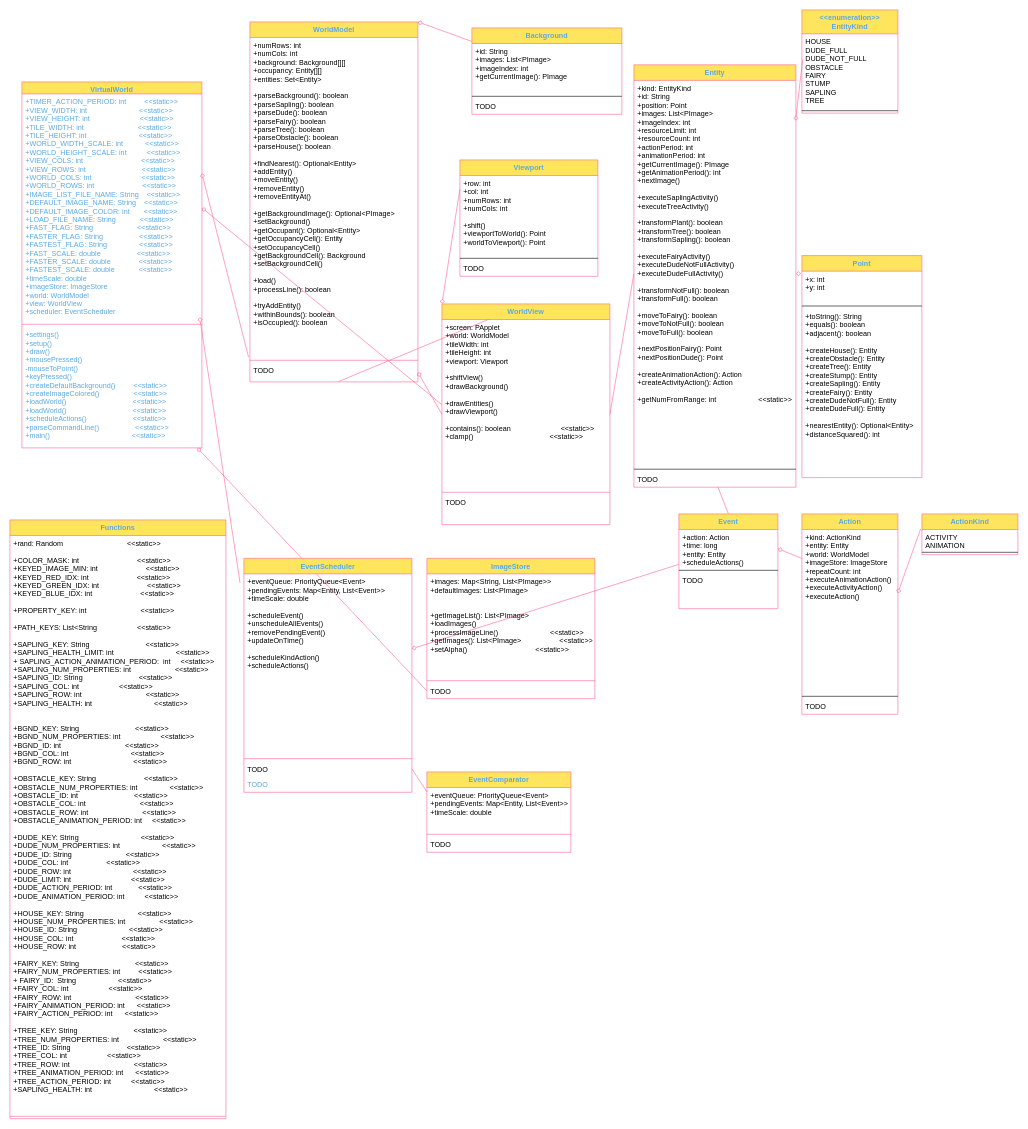
Above: Methods.drawio in IsaacFigNewton/CPE-203-Final-Project (draw.io), before the change. Source tidied: cells renumbered, new cells numbered last; positions are measured from the earlier drawing's top-left corner, leaving out a move shared by most shapes. Both pictures are drawn from the tidied source at 60%, with x=0, y=0 at pixel (10, 10).
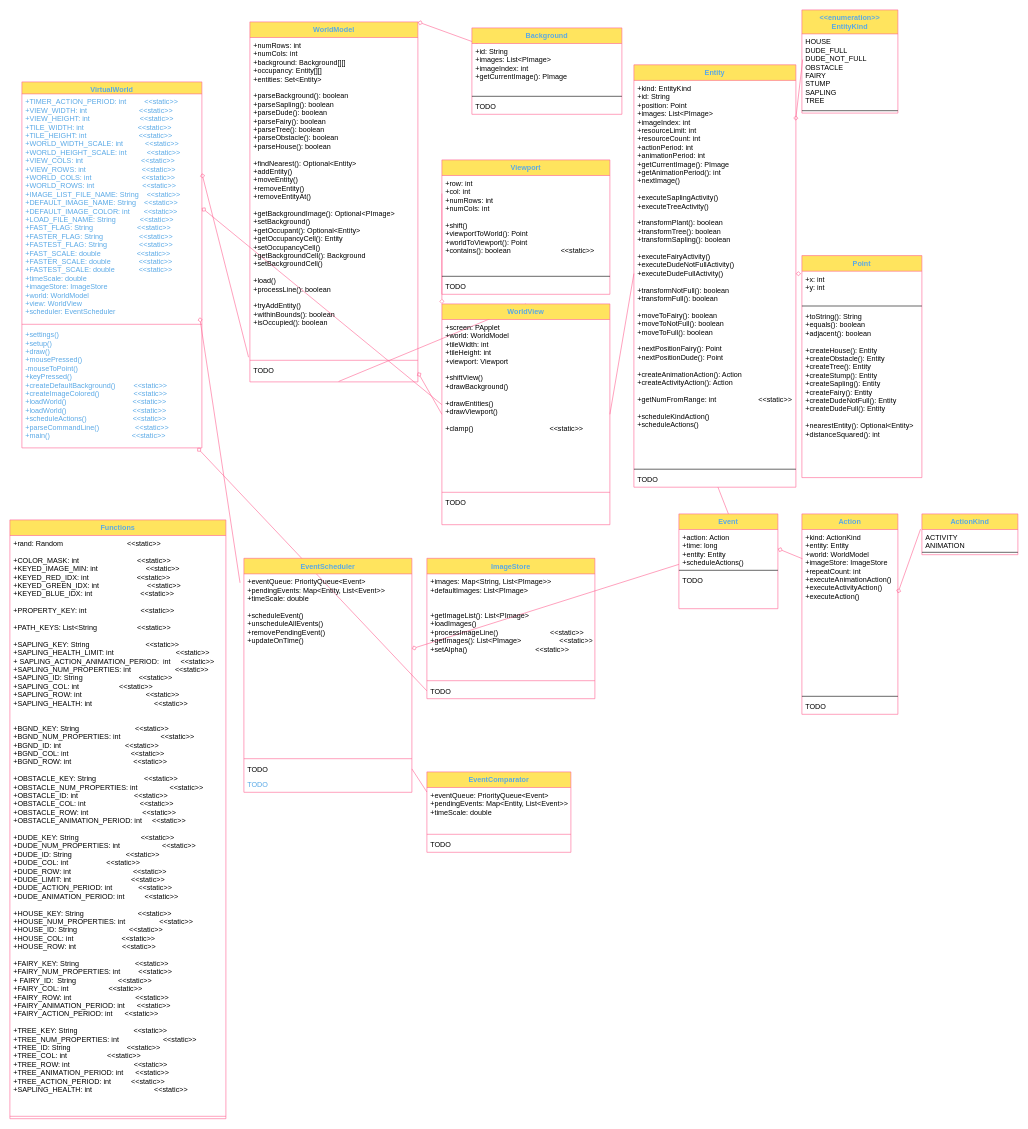
The same page after the edit.

Commit message (it also covers changes not shown here):
Moved scheduleAction(), scheduleKindAction(), and contains() methods to the correct classes

The change refers to these unchanged cells:
```xml
<mxCell id="25" value="EventScheduler" style="swimlane;fontStyle=1;align=center;verticalAlign=top;horizontal=1;startSize=26;hachureGap=4;sketch=0;fontColor=#5AA9E6;strokeColor=#FF6392;fillColor=#FFE45E;" parent="1" vertex="1">
  <mxGeometry x="390" y="914" width="280" height="390" as="geometry" />
</mxCell>
<mxCell id="45" value="Entity" style="swimlane;fontStyle=1;align=center;verticalAlign=top;horizontal=1;startSize=26;hachureGap=4;sketch=0;fontColor=#5AA9E6;strokeColor=#FF6392;fillColor=#FFE45E;" parent="1" vertex="1">
  <mxGeometry x="1040" y="91.5" width="270" height="704" as="geometry" />
</mxCell>
<mxCell id="71" value="WorldView" style="swimlane;fontStyle=1;align=center;verticalAlign=top;horizontal=1;startSize=26;hachureGap=4;sketch=0;fontColor=#5AA9E6;strokeColor=#FF6392;fillColor=#FFE45E;" parent="1" vertex="1">
  <mxGeometry x="720" y="490" width="280" height="368" as="geometry" />
</mxCell>
```

Diff of the diagram source:
```diff
@@
-    <mxCell id="26" value="+eventQueue: PriorityQueue&lt;Event&gt;&#10;+pendingEvents: Map&lt;Entity, List&lt;Event&gt;&gt;&#10;+timeScale: double&#10;&#10;+scheduleEvent()&#10;+unscheduleAllEvents()&#10;+removePendingEvent()&#10;+updateOnTime()&#10;&#10;+scheduleKindAction()&#10;+scheduleActions()" style="text;strokeColor=none;fillColor=none;align=left;verticalAlign=top;spacingLeft=4;spacingRight=4;overflow=hidden;fontColor=#000000;" parent="25" vertex="1">
+    <mxCell id="26" value="+eventQueue: PriorityQueue&lt;Event&gt;&#10;+pendingEvents: Map&lt;Entity, List&lt;Event&gt;&gt;&#10;+timeScale: double&#10;&#10;+scheduleEvent()&#10;+unscheduleAllEvents()&#10;+removePendingEvent()&#10;+updateOnTime()" style="text;strokeColor=none;fillColor=none;align=left;verticalAlign=top;spacingLeft=4;spacingRight=4;overflow=hidden;fontColor=#000000;" parent="25" vertex="1">
       <mxGeometry y="26" width="280" height="304" as="geometry" />
     </mxCell>
@@
-    <mxCell id="46" value="+kind: EntityKind&#10;+id: String&#10;+position: Point&#10;+images: List&lt;PImage&gt;&#10;+imageIndex: int&#10;+resourceLimit: int&#10;+resourceCount: int&#10;+actionPeriod: int&#10;+animationPeriod: int&#10;+getCurrentImage(): PImage&#10;+getAnimationPeriod(): int&#10;+nextImage()&#10;&#10;+executeSaplingActivity()&#10;+executeTreeActivity()&#10;&#10;+transformPlant(): boolean&#10;+transformTree(): boolean&#10;+transformSapling(): boolean&#10;&#10;+executeFairyActivity()&#10;+executeDudeNotFullActivity()&#10;+executeDudeFullActivity()&#10;&#10;+transformNotFull(): boolean&#10;+transformFull(): boolean&#10;&#10;+moveToFairy(): boolean&#10;+moveToNotFull(): boolean&#10;+moveToFull(): boolean&#10;&#10;+nextPositionFairy(): Point&#10;+nextPositionDude(): Point&#10;&#10;+createAnimationAction(): Action&#10;+createActivityAction(): Action&#10;&#10;+getNumFromRange: int                     &lt;&lt;static&gt;&gt;" style="text;strokeColor=none;fillColor=none;align=left;verticalAlign=top;spacingLeft=4;spacingRight=4;overflow=hidden;points=[[0,0.5],[1,0.5]];portConstraint=eastwest;" parent="45" vertex="1">
+    <mxCell id="46" value="+kind: EntityKind&#10;+id: String&#10;+position: Point&#10;+images: List&lt;PImage&gt;&#10;+imageIndex: int&#10;+resourceLimit: int&#10;+resourceCount: int&#10;+actionPeriod: int&#10;+animationPeriod: int&#10;+getCurrentImage(): PImage&#10;+getAnimationPeriod(): int&#10;+nextImage()&#10;&#10;+executeSaplingActivity()&#10;+executeTreeActivity()&#10;&#10;+transformPlant(): boolean&#10;+transformTree(): boolean&#10;+transformSapling(): boolean&#10;&#10;+executeFairyActivity()&#10;+executeDudeNotFullActivity()&#10;+executeDudeFullActivity()&#10;&#10;+transformNotFull(): boolean&#10;+transformFull(): boolean&#10;&#10;+moveToFairy(): boolean&#10;+moveToNotFull(): boolean&#10;+moveToFull(): boolean&#10;&#10;+nextPositionFairy(): Point&#10;+nextPositionDude(): Point&#10;&#10;+createAnimationAction(): Action&#10;+createActivityAction(): Action&#10;&#10;+getNumFromRange: int                     &lt;&lt;static&gt;&gt;&#10;&#10;+scheduleKindAction()&#10;+scheduleActions()" style="text;strokeColor=none;fillColor=none;align=left;verticalAlign=top;spacingLeft=4;spacingRight=4;overflow=hidden;points=[[0,0.5],[1,0.5]];portConstraint=eastwest;" parent="45" vertex="1">
       <mxGeometry y="26" width="270" height="644" as="geometry" />
     </mxCell>
@@
     <mxCell id="49" value="Viewport" style="swimlane;fontStyle=1;align=center;verticalAlign=top;horizontal=1;startSize=26;hachureGap=4;sketch=0;fontColor=#5AA9E6;strokeColor=#FF6392;fillColor=#FFE45E;" parent="1" vertex="1">
-      <mxGeometry x="750" y="250" width="230" height="194" as="geometry" />
+      <mxGeometry x="720" y="250" width="280" height="224" as="geometry" />
     </mxCell>
-    <mxCell id="50" value="+row: int&#10;+col: int&#10;+numRows: int&#10;+numCols: int&#10;&#10;+shift()&#10;+viewportToWorld(): Point&#10;+worldToViewport(): Point" style="text;strokeColor=none;fillColor=none;align=left;verticalAlign=top;spacingLeft=4;spacingRight=4;overflow=hidden;" parent="49" vertex="1">
-      <mxGeometry y="26" width="230" height="134" as="geometry" />
+    <mxCell id="50" value="+row: int&#10;+col: int&#10;+numRows: int&#10;+numCols: int&#10;&#10;+shift()&#10;+viewportToWorld(): Point&#10;+worldToViewport(): Point&#10;+contains(): boolean                         &lt;&lt;static&gt;&gt;" style="text;strokeColor=none;fillColor=none;align=left;verticalAlign=top;spacingLeft=4;spacingRight=4;overflow=hidden;" parent="49" vertex="1">
+      <mxGeometry y="26" width="280" height="164" as="geometry" />
     </mxCell>
     <mxCell id="51" style="line;strokeWidth=1;fillColor=none;align=left;verticalAlign=middle;spacingTop=-1;spacingLeft=3;spacingRight=3;labelPosition=right;" parent="49" vertex="1">
-      <mxGeometry y="160" width="230" height="8" as="geometry" />
+      <mxGeometry y="190" width="280" height="8" as="geometry" />
     </mxCell>
     <mxCell id="52" value="TODO" style="text;strokeColor=none;fillColor=none;align=left;verticalAlign=top;spacingLeft=4;spacingRight=4;overflow=hidden;" parent="49" vertex="1">
-      <mxGeometry y="168" width="230" height="26" as="geometry" />
+      <mxGeometry y="198" width="280" height="26" as="geometry" />
     </mxCell>
@@
-    <mxCell id="72" value="+screen: PApplet&#10;+world: WorldModel&#10;+tileWidth: int&#10;+tileHeight: int&#10;+viewport: Viewport&#10;&#10;+shiftView()&#10;+drawBackground()&#10;&#10;+drawEntities()&#10;+drawViewport()&#10;&#10;+contains(): boolean                         &lt;&lt;static&gt;&gt;&#10;+clamp()                                      &lt;&lt;static&gt;&gt;" style="text;strokeColor=none;fillColor=none;align=left;verticalAlign=top;spacingLeft=4;spacingRight=4;overflow=hidden;points=[[0,0.5],[1,0.5]];portConstraint=eastwest;fontColor=#000000;" parent="71" vertex="1">
+    <mxCell id="72" value="+screen: PApplet&#10;+world: WorldModel&#10;+tileWidth: int&#10;+tileHeight: int&#10;+viewport: Viewport&#10;&#10;+shiftView()&#10;+drawBackground()&#10;&#10;+drawEntities()&#10;+drawViewport()&#10;&#10;+clamp()                                      &lt;&lt;static&gt;&gt;" style="text;strokeColor=none;fillColor=none;align=left;verticalAlign=top;spacingLeft=4;spacingRight=4;overflow=hidden;points=[[0,0.5],[1,0.5]];portConstraint=eastwest;fontColor=#000000;" parent="71" vertex="1">
       <mxGeometry y="26" width="280" height="284" as="geometry" />
     </mxCell>
```
